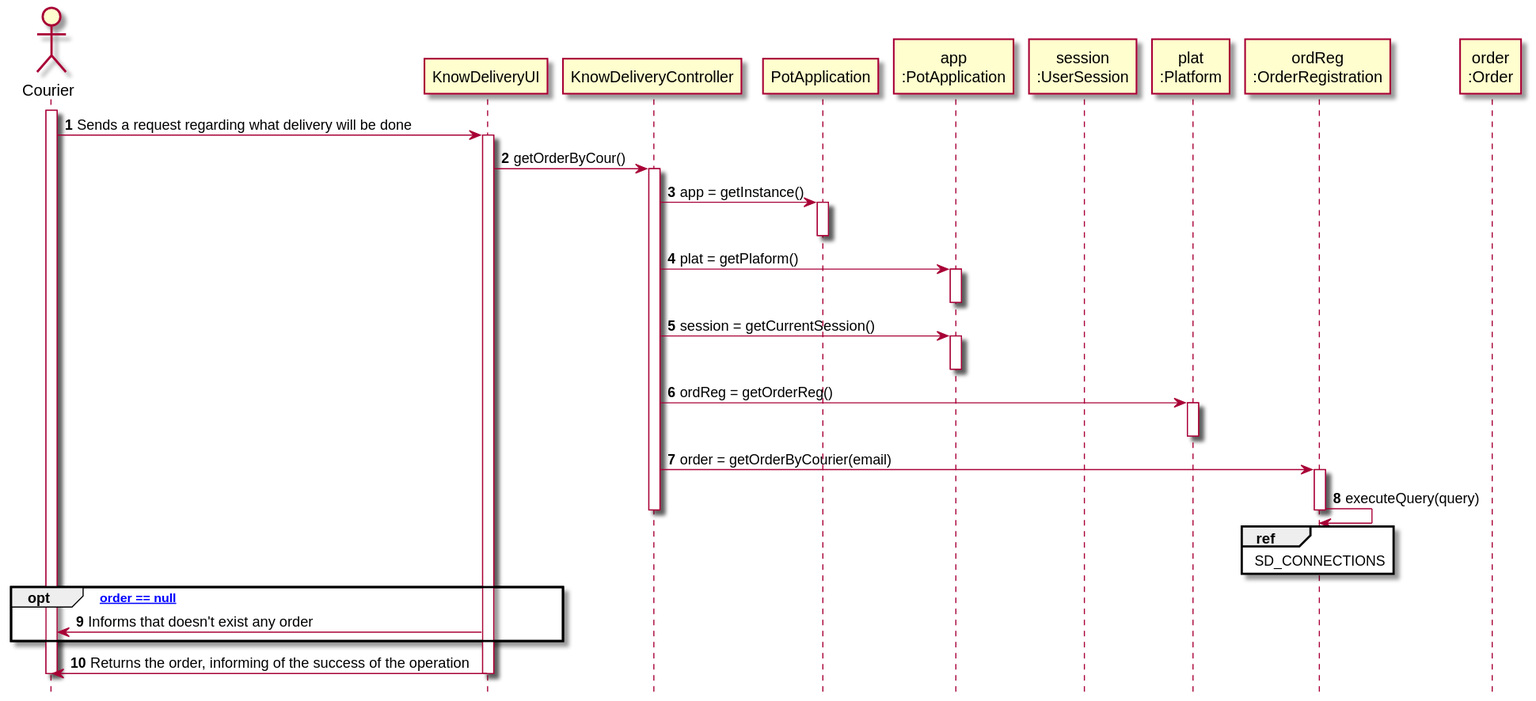
Before: docs/Iteration 1/Delivery Management/US48_KnowDelivery/US48_SD.svg, a diagram exported from PlantUML (tiagoavcosta25/LAPR3). The source it was exported from:
```plantuml
@startuml
autonumber
hide footbox

actor "Courier" as COUR

participant "KnowDeliveryUI" as UI
participant "KnowDeliveryController" as CTRL
participant "PotApplication" as _APP
participant "app\n:PotApplication" as APP
participant "session\n:UserSession" as SESSION
participant "plat\n:Platform" as PLAT
participant "ordReg\n:OrderRegistration" as ORDREG
participant "order\n:Order" as O

activate COUR

COUR -> UI : Sends a request regarding what delivery will be done

activate UI
UI -> CTRL : getOrderByCour()
activate CTRL
CTRL -> _APP: app = getInstance()
activate _APP
deactivate _APP

CTRL -> APP: plat = getPlaform()
activate APP
deactivate APP

CTRL -> APP: session = getCurrentSession()
activate APP
deactivate APP


CTRL -> PLAT : ordReg = getOrderReg()
activate PLAT
deactivate PLAT
CTRL -> ORDREG : order = getOrderByCourier(email)
activate ORDREG
ORDREG -> ORDREG : executeQuery(query)
ref over ORDREG : SD_CONNECTIONS
deactivate ORDREG
deactivate CTRL
opt [ order == null]
UI -> COUR : Informs that doesn't exist any order
end opt
UI -> COUR : Returns the order, informing of the success of the operation
deactivate UI
deactivate COUR

@enduml
```
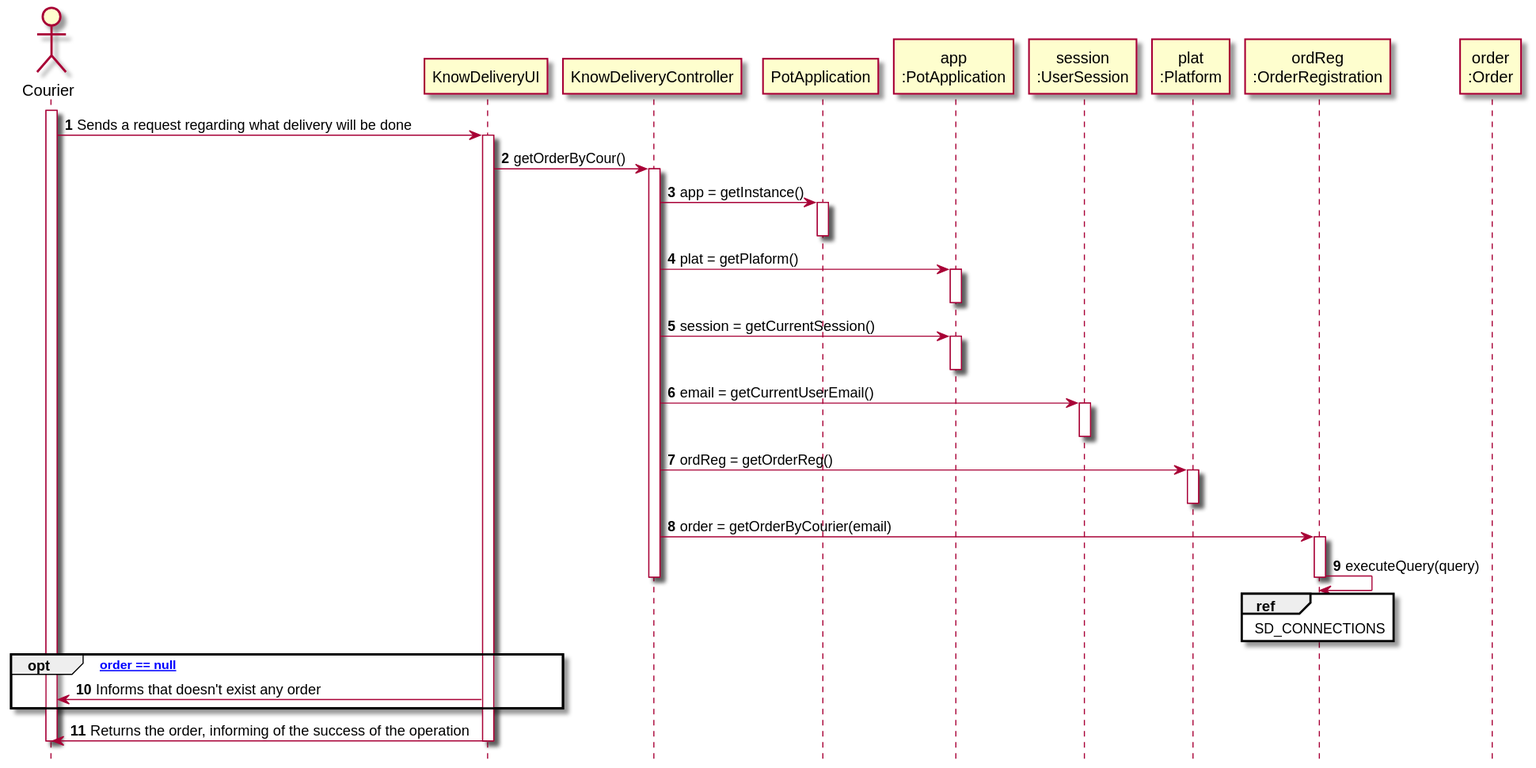
Later version of the same file.

The edit, as a diff of the source:
```diff
@@ -32,6 +32,9 @@
 activate APP
 deactivate APP
 
+CTRL -> SESSION : email = getCurrentUserEmail()
+activate SESSION
+deactivate SESSION
 
 CTRL -> PLAT : ordReg = getOrderReg()
 activate PLAT
```
